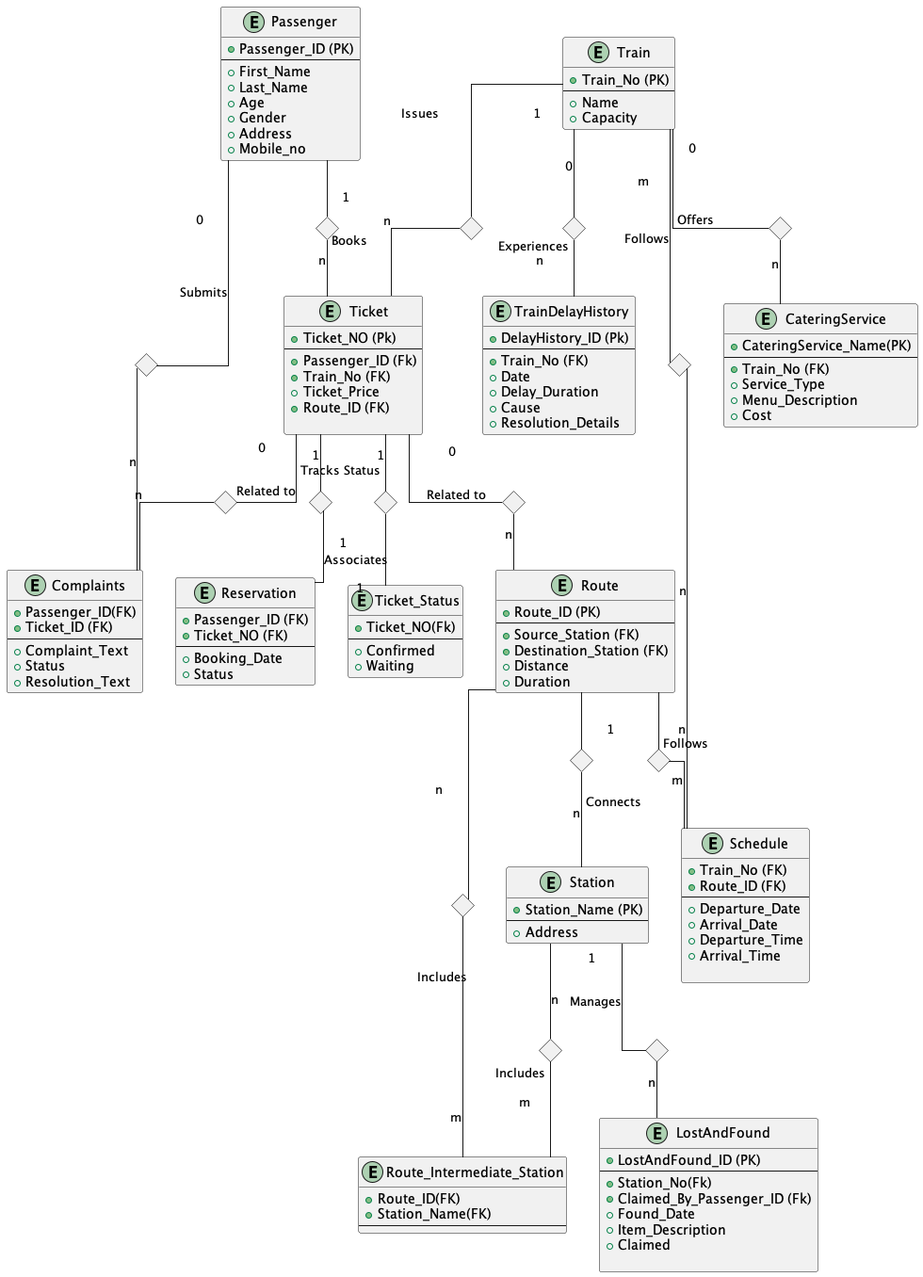
This is Docs/ERD/ERD.png from ihamzatarar/Railway-Management-System, a PlantUML export, as it was before one commit.
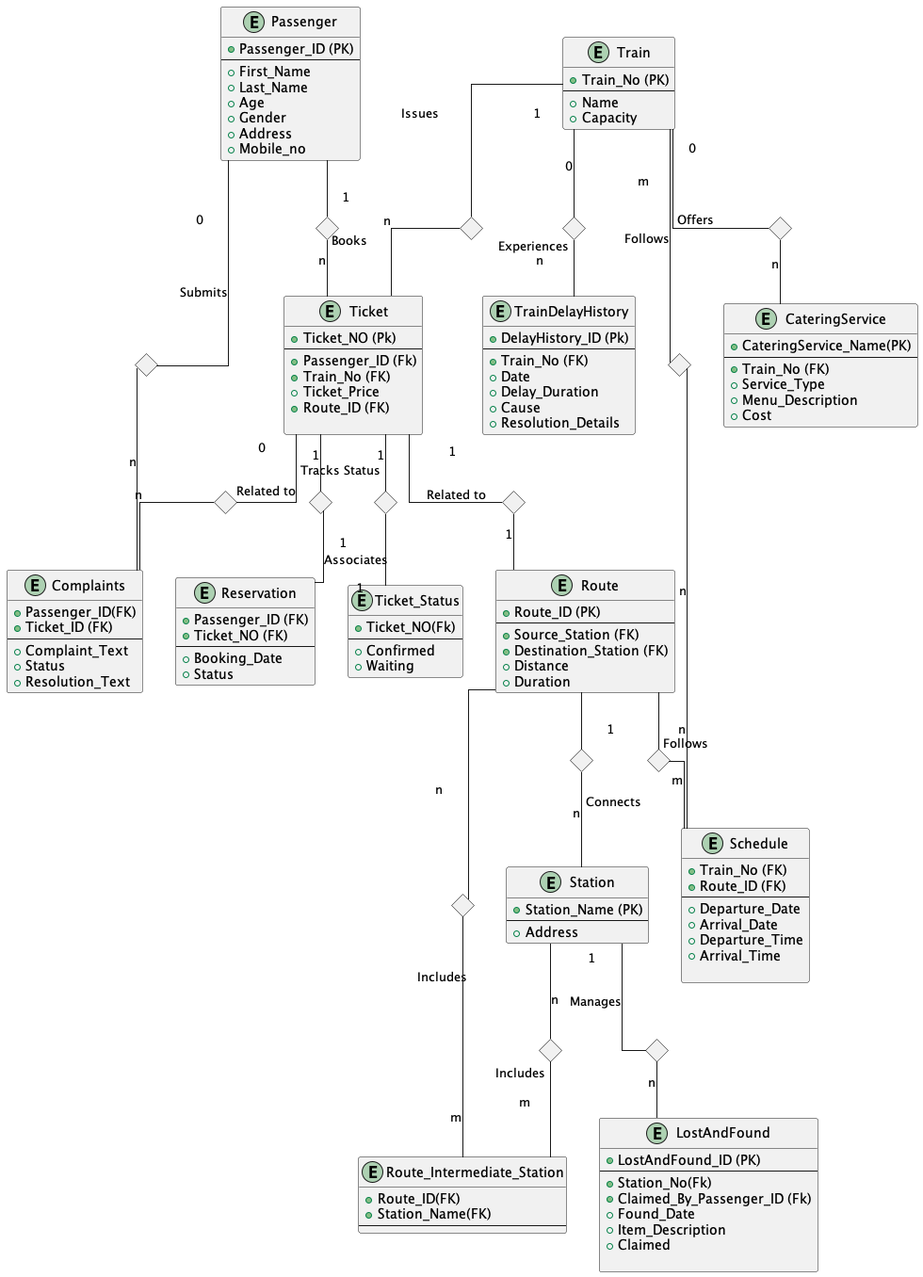
The same diagram one commit later.

The edit, as a diff of the source:
```diff
@@ -167,8 +167,8 @@
 Ticket -- dia9: "0 \n\n\n Related to"
 dia9 -- Complaints: "n"
 
-Ticket -- dia2: "0 \n\n\n Related to"
-dia2 -- Route: "n"
+Ticket -- dia2: "1 \n\n\n Related to"
+dia2 -- Route: "1"
 
 
 Route -- dia12: "n \n\n\n\n\n\n\n\n\n\n\n\n\n Includes"
```
